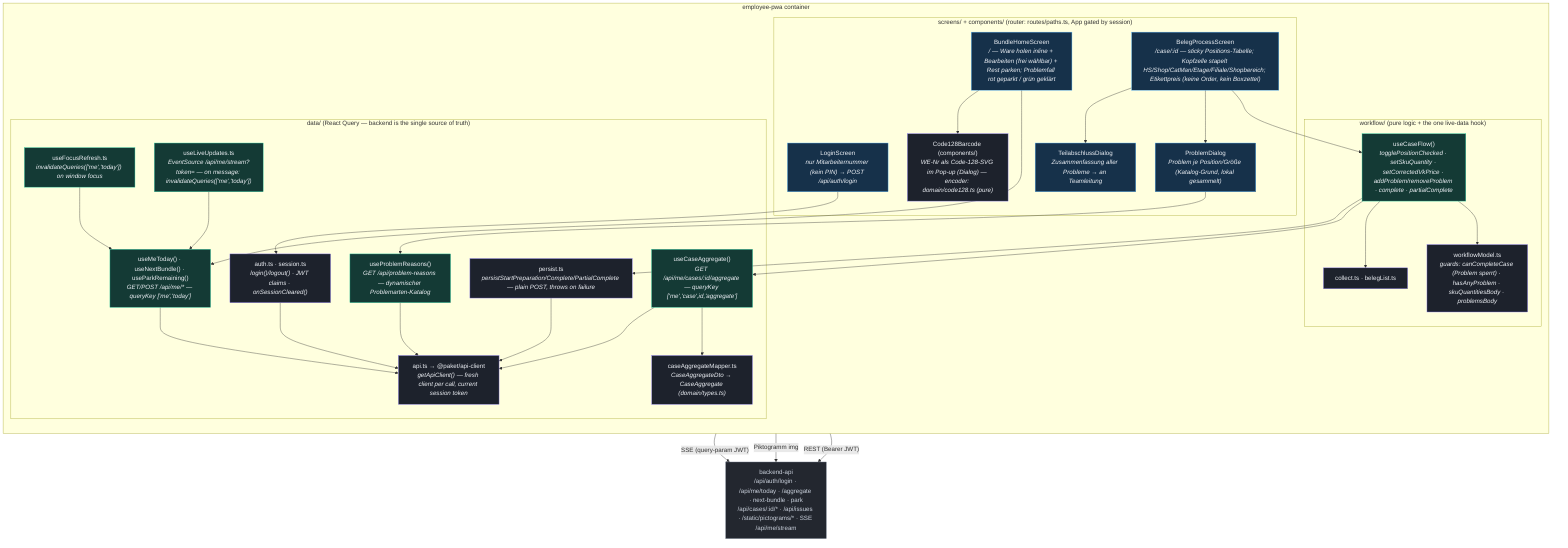
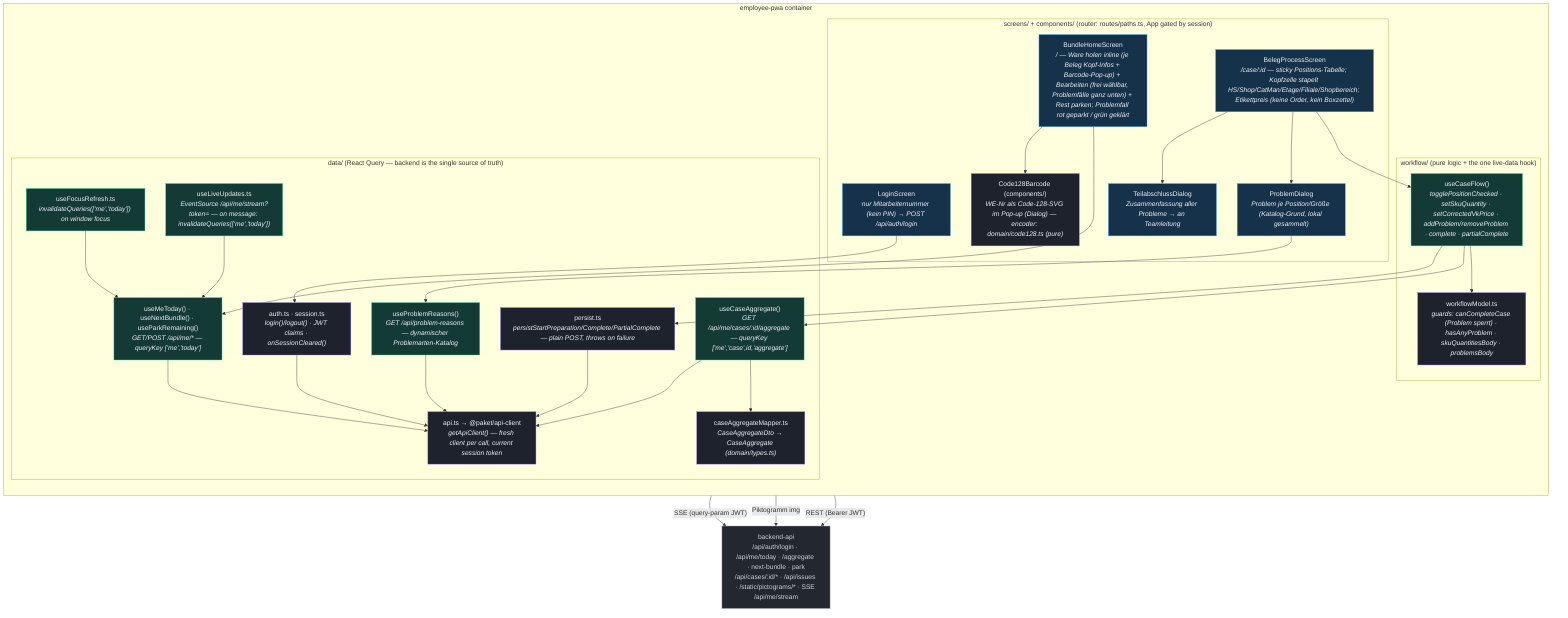
%% C4 Level 3 — Components: employee-pwa (React + Vite PWA)
%% Verified against apps/employee-pwa/src/* (screens/, workflow/, data/, routes/) — tasks 13-17.
%% Real employee login (data/auth.ts) gates the app; the backend is the single source of
%% truth via React Query plus an SSE live-update channel — the former Dexie-backed db/
%% (offline-first cache), events/ (local audit log) and seed/sync/repository modules are
%% gone (tasks 10-13). Task 15 added useLiveUpdates() (GET /api/me/stream, SSE).
flowchart TB
    classDef screen fill:#16314a,stroke:#56b6ff,color:#eef1f6;
    classDef hook fill:#143a35,stroke:#2dd4a7,color:#eef1f6;
    classDef logic fill:#1d222c,stroke:#8b7cf6,color:#eef1f6;
    classDef ext fill:#23272f,stroke:#7c8696,color:#cbd2dd;

    api["backend-api<br/>/api/auth/login · /api/me/today · /aggregate · next-bundle · park<br/>/api/cases/:id/* · /api/issues · /static/pictograms/* · SSE /api/me/stream"]:::ext

    subgraph pwa["employee-pwa container"]
        direction TB
        subgraph screens["screens/ + components/ (router: routes/paths.ts, App gated by session)"]
            login["LoginScreen<br/><i>nur Mitarbeiternummer (kein PIN) → POST /api/auth/login</i>"]:::screen
-             home["BundleHomeScreen<br/><i>/ — Ware holen inline + Bearbeiten (frei wählbar) + Rest parken; Problemfall rot geparkt / grün geklärt</i>"]:::screen
+             home["BundleHomeScreen<br/><i>/ — Ware holen inline (je Beleg Kopf-Infos + Barcode-Pop-up) + Bearbeiten (frei wählbar, Problemfälle ganz unten) + Rest parken; Problemfall rot geparkt / grün geklärt</i>"]:::screen
            barcode["Code128Barcode (components/)<br/><i>WE-Nr als Code-128-SVG im Pop-up (Dialog) — encoder: domain/code128.ts (pure)</i>"]:::logic
            process["BelegProcessScreen<br/><i>/case/:id — sticky Positions-Tabelle; Kopfzelle stapelt HS/Shop/CatMan/Etage/Filiale/Shopbereich; Etikettpreis (keine Order, kein Boxzettel)</i>"]:::screen
            problemDlg["ProblemDialog<br/><i>Problem je Position/Größe (Katalog-Grund, lokal gesammelt)</i>"]:::screen
            teilDlg["TeilabschlussDialog<br/><i>Zusammenfassung aller Probleme → an Teamleitung</i>"]:::screen
        end
        subgraph wf["workflow/ (pure logic + the one live-data hook)"]
            useCaseFlow["useCaseFlow()<br/><i>togglePositionChecked · setSkuQuantity · setCorrectedVkPrice · addProblem/removeProblem · complete · partialComplete</i>"]:::hook
            model["workflowModel.ts<br/><i>guards: canCompleteCase (Problem sperrt) · hasAnyProblem · skuQuantitiesBody · problemsBody</i>"]:::logic
-             collectLogic["collect.ts · belegList.ts"]:::logic
        end
        subgraph data["data/ (React Query — backend is the single source of truth)"]
            apiClient["api.ts → @paket/api-client<br/><i>getApiClient() — fresh client per call, current session token</i>"]:::logic
            auth["auth.ts · session.ts<br/><i>login()/logout() · JWT claims · onSessionCleared()</i>"]:::logic
            meToday["useMeToday() · useNextBundle() · useParkRemaining()<br/><i>GET/POST /api/me/* — queryKey ['me','today']</i>"]:::hook
            caseAgg["useCaseAggregate()<br/><i>GET /api/me/cases/:id/aggregate — queryKey ['me','case',id,'aggregate']</i>"]:::hook
            reasons["useProblemReasons()<br/><i>GET /api/problem-reasons — dynamischer Problemarten-Katalog</i>"]:::hook
            mapper["caseAggregateMapper.ts<br/><i>CaseAggregateDto → CaseAggregate (domain/types.ts)</i>"]:::logic
            persist["persist.ts<br/><i>persistStartPreparation/Complete/PartialComplete — plain POST, throws on failure</i>"]:::logic
            focus["useFocusRefresh.ts<br/><i>invalidateQueries(['me','today']) on window focus</i>"]:::hook
            live["useLiveUpdates.ts<br/><i>EventSource /api/me/stream?token= — on message: invalidateQueries(['me','today'])</i>"]:::hook
        end
    end

    login --> auth
    auth --> apiClient
    home --> meToday
    home --> barcode
    process --> useCaseFlow
    process --> problemDlg
    process --> teilDlg
    problemDlg --> reasons
    useCaseFlow --> model
-     useCaseFlow --> collectLogic
    useCaseFlow --> caseAgg
    useCaseFlow --> persist
    reasons --> apiClient
    caseAgg --> mapper
    caseAgg --> apiClient
    meToday --> apiClient
    persist --> apiClient
    focus --> meToday
    live --> meToday
    live -->|"SSE (query-param JWT)"| api
    process -->|"Piktogramm img"| api
    apiClient -->|"REST (Bearer JWT)"| api
